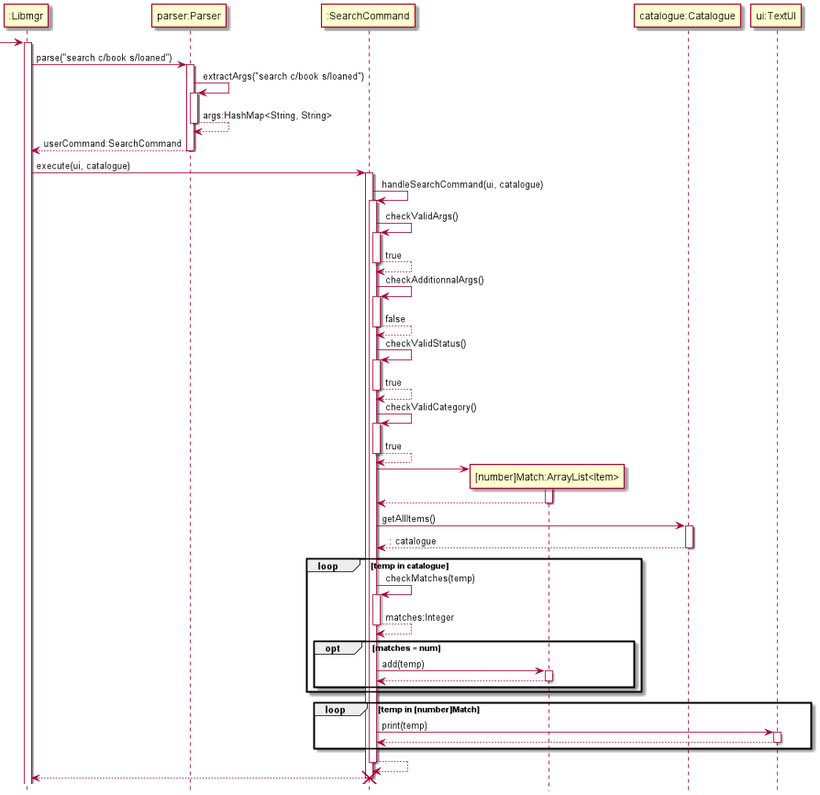
The PlantUML diagram docs/img/SearchFunctionSequence.png in nus-cs2113-AY2122S1/tp, before a commit. Its source is kept beside it as docs/diagrams/SearchFunctionSequence.puml.
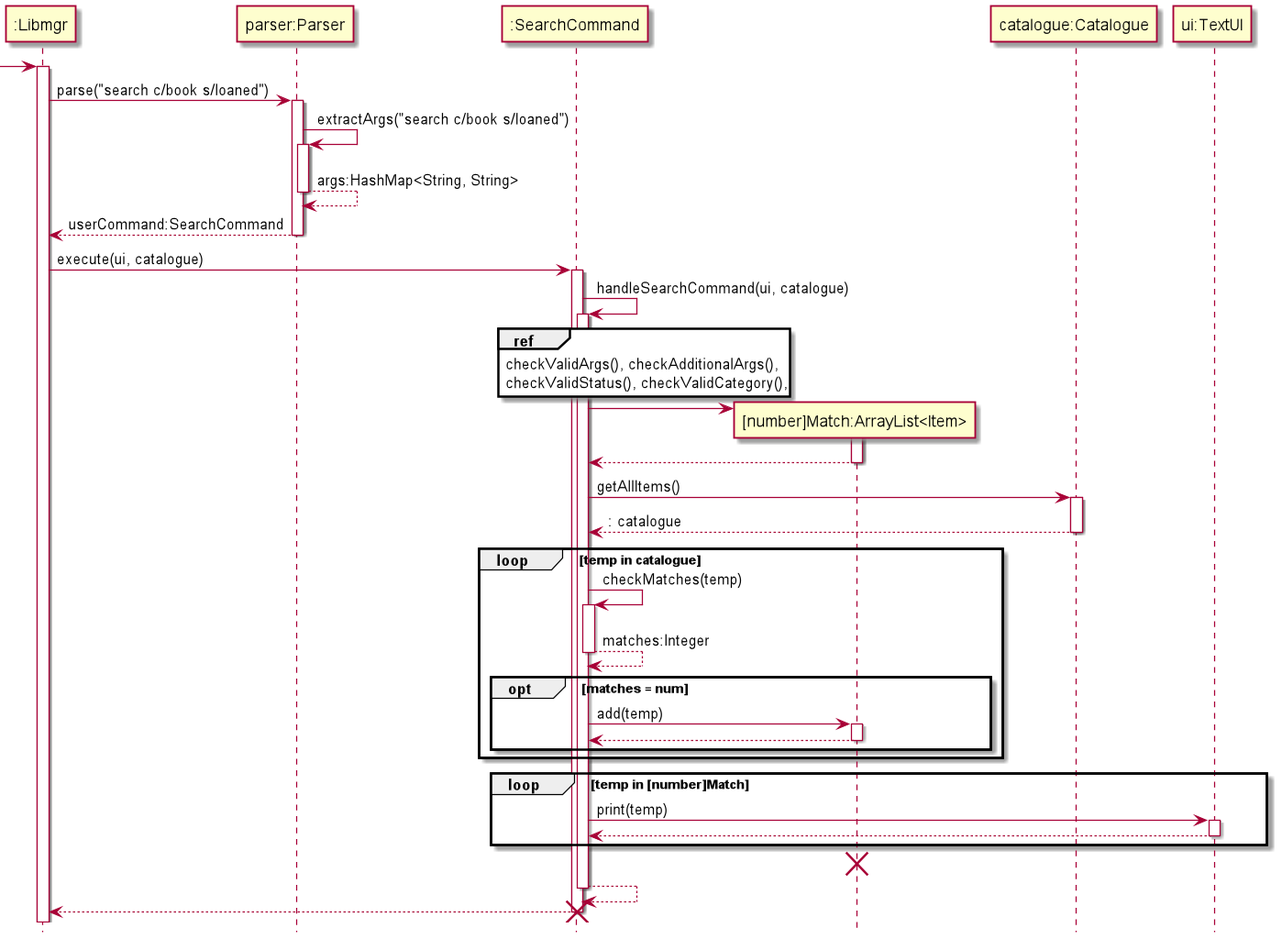
After the commit.

Commit message:
added ppp for Silin, updated the sequence diagram for search

Diff of the diagram source:
```diff
@@ -23,21 +23,10 @@
 searchCommand -> searchCommand:handleSearchCommand(ui, catalogue)
 activate searchCommand
 
-searchCommand -> searchCommand:checkValidArgs()
-activate searchCommand
-return true
-
-searchCommand -> searchCommand:checkAdditionnalArgs()
-activate searchCommand
-return false
-
-searchCommand -> searchCommand:checkValidStatus()
-activate searchCommand
-return true
-
-searchCommand -> searchCommand:checkValidCategory()
-activate searchCommand
-return true
+ref over searchCommand
+    checkValidArgs(), checkAdditionalArgs(),
+    checkValidStatus(), checkValidCategory(),
+end ref
 
 create numMatch
 searchCommand -> numMatch
@@ -65,6 +54,8 @@
     return
 end
 
+destroy numMatch
+
 return
 return
 destroy searchCommand
```
